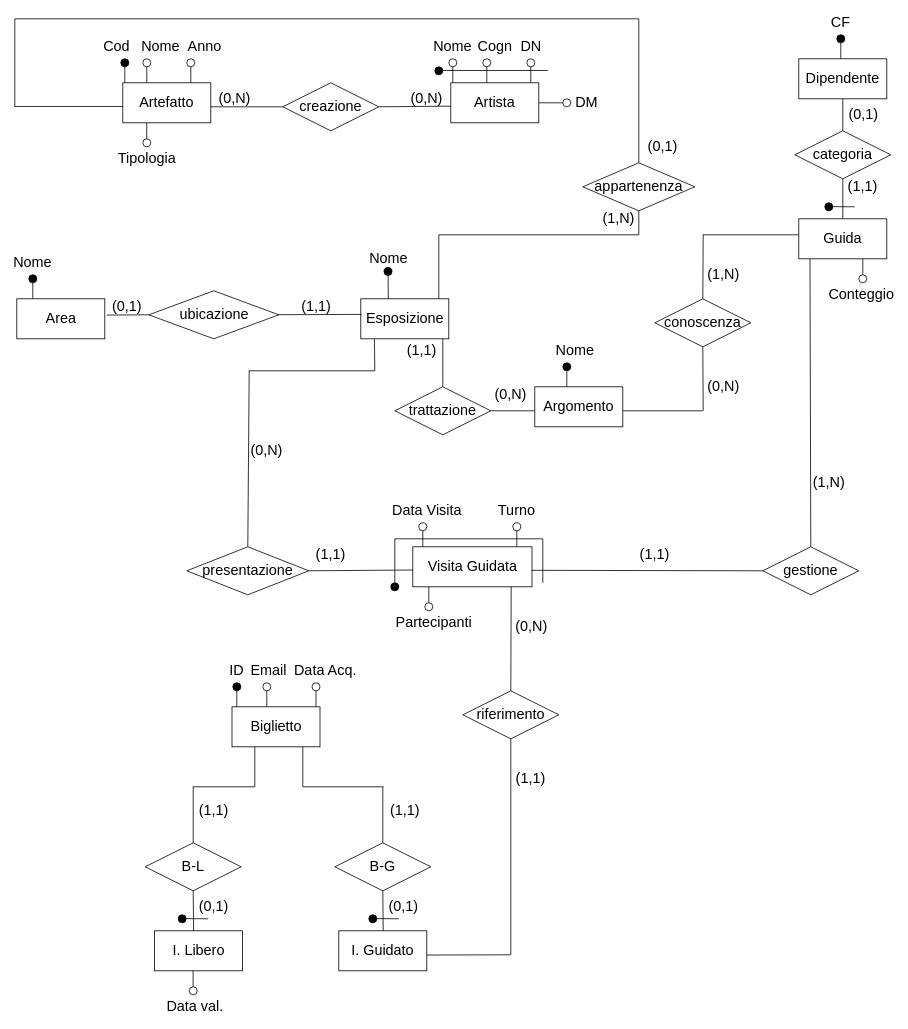
Earlier version of the draw.io diagram ER_Ristrutturato.drawio (Chris-Libra-Unipd/ProgettoBasi). Source tidied: cells renumbered, new cells numbered last; positions are measured from the earlier drawing's top-left corner, leaving out a move shared by most shapes. Both pictures are drawn from the tidied source at 80%, with x=0, y=0 at pixel (14, 18).
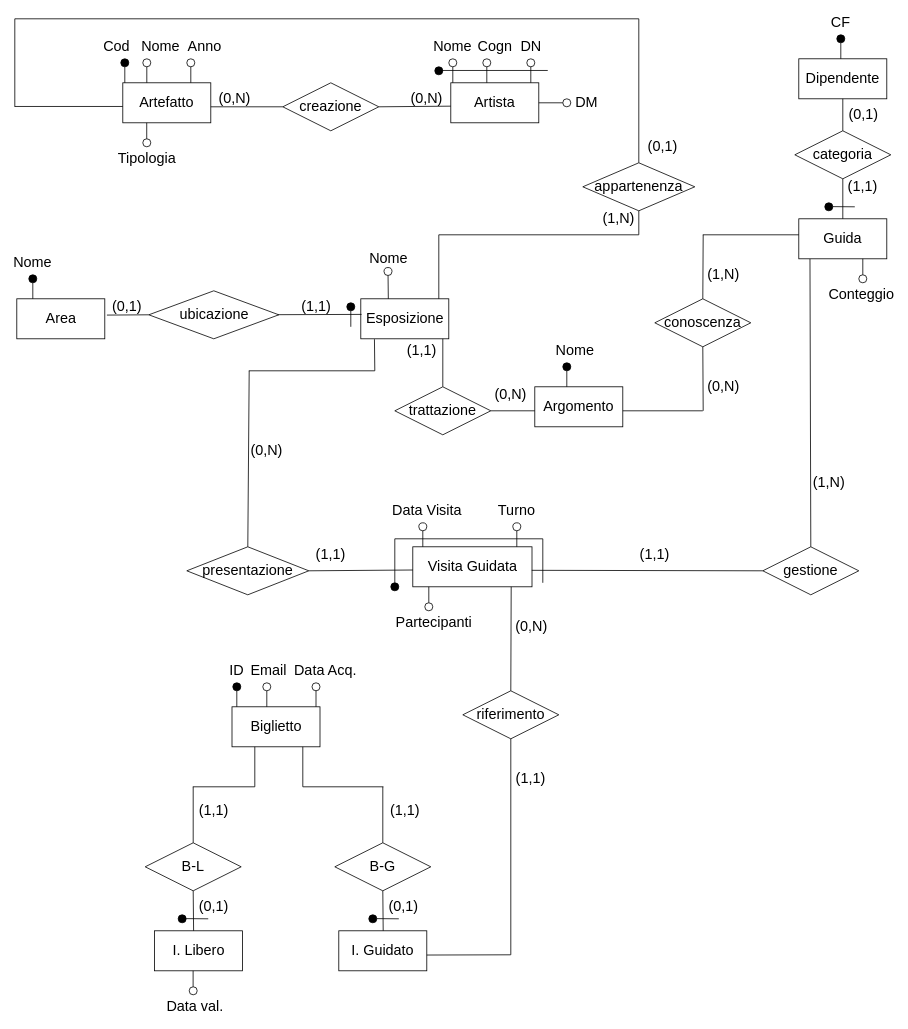
The same diagram, later.

What changed in the source:
```diff
@@
-    <mxCell id="154" style="verticalLabelPosition=bottom;verticalAlign=top;html=1;shape=mxgraph.flowchart.on-page_reference;fillColor=#000000;" parent="1" vertex="1">
+    <mxCell id="154" style="verticalLabelPosition=bottom;verticalAlign=top;html=1;shape=mxgraph.flowchart.on-page_reference;fillColor=#FFFFFF;" parent="1" vertex="1">
       <mxGeometry x="461.5" y="310.9" width="10" height="10" as="geometry" />
     </mxCell>
@@
+    <mxCell id="160" style="endArrow=none;html=1;rounded=0;entryX=0.5;entryY=1;entryDx=0;entryDy=0;entryPerimeter=0;" parent="1" edge="1" source="162">
+      <mxGeometry relative="1" as="geometry">
+        <mxPoint x="420" y="365" as="targetPoint" />
+      </mxGeometry>
+    </mxCell>
+    <mxCell id="161" style="endArrow=none;html=1;rounded=0;entryX=0.5;entryY=1;entryDx=0;entryDy=0;entryPerimeter=0;" parent="1" edge="1" target="162">
+      <mxGeometry relative="1" as="geometry">
+        <mxPoint x="420" y="385" as="sourcePoint" />
+      </mxGeometry>
+    </mxCell>
+    <mxCell id="162" style="verticalLabelPosition=bottom;verticalAlign=top;html=1;shape=mxgraph.flowchart.on-page_reference;fillColor=#000000;" parent="1" vertex="1">
+      <mxGeometry x="415" y="355" width="10" height="10" as="geometry" />
+    </mxCell>
```
